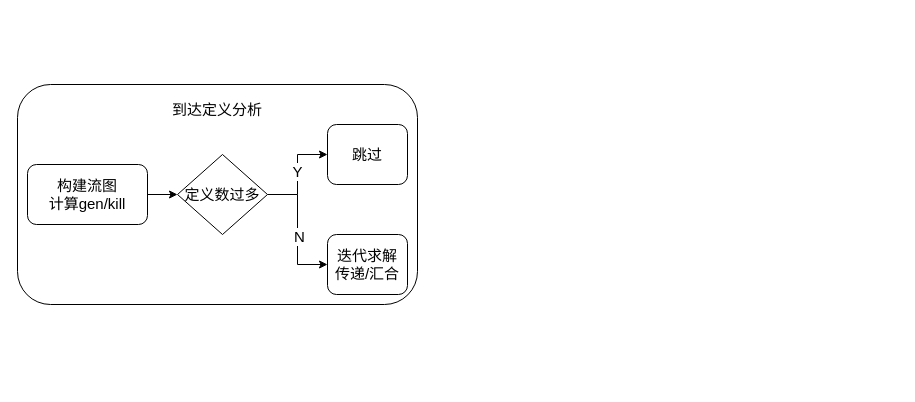
Above: MindMap/joern-reachingdef.drawio in hourhl/Draw-io (draw.io), before the change. Source tidied: cells renumbered, new cells numbered last; positions are measured from the earlier drawing's top-left corner, leaving out a move shared by most shapes. Both pictures are drawn from the tidied source at 100%, with x=0, y=0 at pixel (17, 84).
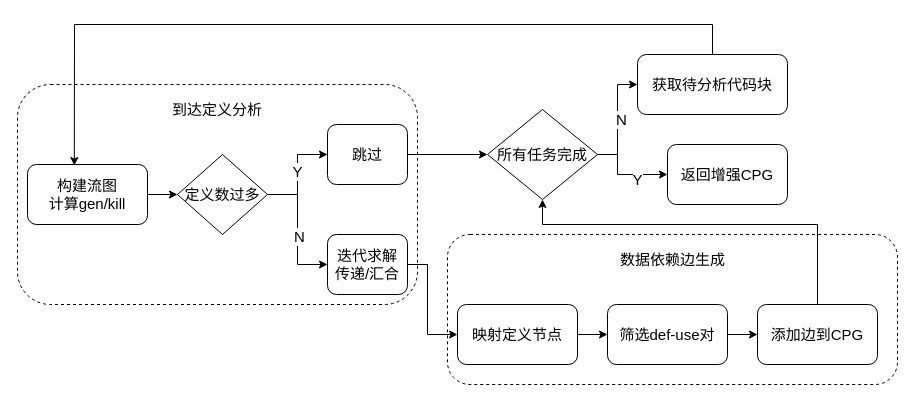
The same diagram, later.

The change refers to these unchanged cells:
```xml
<mxCell id="3" value="&lt;font style=&quot;font-size: 15px;&quot;&gt;构建流图&lt;/font&gt;&lt;div&gt;&lt;font style=&quot;font-size: 15px;&quot;&gt;计算gen/kill&lt;/font&gt;&lt;/div&gt;" style="rounded=1;whiteSpace=wrap;html=1;" parent="1" vertex="1">
  <mxGeometry x="10" y="80" width="120" height="60" as="geometry" />
</mxCell>
<mxCell id="6" value="&lt;font style=&quot;font-size: 15px;&quot;&gt;跳过&lt;/font&gt;" style="rounded=1;whiteSpace=wrap;html=1;" parent="1" vertex="1">
  <mxGeometry x="310" y="40" width="80" height="60" as="geometry" />
</mxCell>
<mxCell id="7" value="&lt;font style=&quot;font-size: 15px;&quot;&gt;迭代求解&lt;/font&gt;&lt;div&gt;&lt;font style=&quot;font-size: 15px;&quot;&gt;传递/汇合&lt;/font&gt;&lt;/div&gt;" style="rounded=1;whiteSpace=wrap;html=1;" parent="1" vertex="1">
  <mxGeometry x="310" y="150" width="80" height="60" as="geometry" />
</mxCell>
```

Change to the diagram source:
```diff
@@
-    <mxCell id="2" style="rounded=1;whiteSpace=wrap;html=1;" parent="1" vertex="1">
+    <mxCell id="2" style="rounded=1;whiteSpace=wrap;html=1;dashed=1;" parent="1" vertex="1">
       <mxGeometry width="400" height="220" as="geometry" />
     </mxCell>
@@
+    <mxCell id="13" value="&lt;font style=&quot;font-size: 15px;&quot;&gt;所有任务完成&lt;/font&gt;" style="rhombus;whiteSpace=wrap;html=1;" parent="1" vertex="1">
+      <mxGeometry x="470" y="25" width="110" height="90" as="geometry" />
+    </mxCell>
+    <mxCell id="14" value="&lt;font style=&quot;font-size: 15px;&quot;&gt;获取待分析代码块&lt;/font&gt;" style="rounded=1;whiteSpace=wrap;html=1;" parent="1" vertex="1">
+      <mxGeometry x="620" y="-30" width="150" height="60" as="geometry" />
+    </mxCell>
+    <mxCell id="15" style="endArrow=classic;html=1;rounded=0;exitX=1;exitY=0.5;exitDx=0;exitDy=0;entryX=0;entryY=0.5;entryDx=0;entryDy=0;" parent="1" edge="1" source="13" target="14">
+      <mxGeometry relative="1" as="geometry">
+        <Array as="points">
+          <mxPoint x="600" y="70" />
+          <mxPoint x="600" />
+        </Array>
+      </mxGeometry>
+    </mxCell>
+    <mxCell id="16" value="&lt;font style=&quot;font-size: 15px;&quot;&gt;N&lt;/font&gt;" style="edgeLabel;html=1;align=center;verticalAlign=middle;" parent="15" vertex="1">
+      <mxGeometry x="0.02" y="-3" relative="1" as="geometry" />
+    </mxCell>
+    <mxCell id="17" style="endArrow=classic;html=1;rounded=0;exitX=1;exitY=0.5;exitDx=0;exitDy=0;entryX=0;entryY=0.5;entryDx=0;entryDy=0;" parent="1" edge="1" source="6" target="13">
+      <mxGeometry relative="1" as="geometry" />
+    </mxCell>
+    <mxCell id="18" value="&lt;font style=&quot;font-size: 15px;&quot;&gt;返回增强CPG&lt;/font&gt;" style="rounded=1;whiteSpace=wrap;html=1;" parent="1" vertex="1">
+      <mxGeometry x="650" y="60" width="120" height="60" as="geometry" />
+    </mxCell>
+    <mxCell id="19" style="endArrow=classic;html=1;rounded=0;entryX=0;entryY=0.5;entryDx=0;entryDy=0;" parent="1" edge="1" target="18">
+      <mxGeometry relative="1" as="geometry">
+        <mxPoint x="600" y="70" as="sourcePoint" />
+        <Array as="points">
+          <mxPoint x="600" y="90" />
+        </Array>
+      </mxGeometry>
+    </mxCell>
+    <mxCell id="20" value="&lt;font style=&quot;font-size: 15px;&quot;&gt;Y&lt;/font&gt;" style="edgeLabel;html=1;align=center;verticalAlign=middle;" parent="19" vertex="1">
+      <mxGeometry x="0.11" y="-4" relative="1" as="geometry" />
+    </mxCell>
+    <mxCell id="21" style="endArrow=classic;html=1;rounded=0;exitX=0.5;exitY=0;exitDx=0;exitDy=0;entryX=0.39;entryY=0.017;entryDx=0;entryDy=0;entryPerimeter=0;" parent="1" edge="1" source="14" target="3">
+      <mxGeometry relative="1" as="geometry">
+        <Array as="points">
+          <mxPoint x="695" y="-60" />
+          <mxPoint x="57" y="-60" />
+        </Array>
+      </mxGeometry>
+    </mxCell>
+    <mxCell id="22" style="rounded=1;whiteSpace=wrap;html=1;dashed=1;" parent="1" vertex="1">
+      <mxGeometry x="430" y="150" width="450" height="150" as="geometry" />
+    </mxCell>
+    <mxCell id="23" value="&lt;font style=&quot;font-size: 15px;&quot;&gt;数据依赖边生成&lt;/font&gt;" style="text;html=1;whiteSpace=wrap;strokeColor=none;fillColor=none;align=center;verticalAlign=middle;rounded=0;" parent="1" vertex="1">
+      <mxGeometry x="572.5" y="160" width="165" height="30" as="geometry" />
+    </mxCell>
+    <mxCell id="24" value="&lt;font style=&quot;font-size: 15px;&quot;&gt;映射定义节点&lt;/font&gt;" style="rounded=1;whiteSpace=wrap;html=1;" parent="1" vertex="1">
+      <mxGeometry x="440" y="220" width="120" height="60" as="geometry" />
+    </mxCell>
+    <mxCell id="25" value="&lt;font style=&quot;font-size: 15px;&quot;&gt;筛选def-use对&lt;/font&gt;" style="rounded=1;whiteSpace=wrap;html=1;" parent="1" vertex="1">
+      <mxGeometry x="590" y="220" width="120" height="60" as="geometry" />
+    </mxCell>
+    <mxCell id="26" style="endArrow=classic;html=1;rounded=0;exitX=1;exitY=0.5;exitDx=0;exitDy=0;entryX=0;entryY=0.5;entryDx=0;entryDy=0;" parent="1" edge="1" source="7" target="24">
+      <mxGeometry relative="1" as="geometry">
+        <Array as="points">
+          <mxPoint x="410" y="180" />
+          <mxPoint x="410" y="250" />
+        </Array>
+      </mxGeometry>
+    </mxCell>
+    <mxCell id="27" style="endArrow=classic;html=1;rounded=0;exitX=1;exitY=0.5;exitDx=0;exitDy=0;" parent="1" edge="1" source="24" target="25">
+      <mxGeometry relative="1" as="geometry" />
+    </mxCell>
+    <mxCell id="28" value="&lt;font style=&quot;font-size: 15px;&quot;&gt;添加边到CPG&lt;/font&gt;" style="rounded=1;whiteSpace=wrap;html=1;" parent="1" vertex="1">
+      <mxGeometry x="740" y="220" width="120" height="60" as="geometry" />
+    </mxCell>
+    <mxCell id="29" style="endArrow=classic;html=1;rounded=0;exitX=1;exitY=0.5;exitDx=0;exitDy=0;entryX=0;entryY=0.5;entryDx=0;entryDy=0;" parent="1" edge="1" source="25" target="28">
+      <mxGeometry relative="1" as="geometry" />
+    </mxCell>
+    <mxCell id="30" style="endArrow=classic;html=1;rounded=0;exitX=0.5;exitY=0;exitDx=0;exitDy=0;entryX=0.5;entryY=1;entryDx=0;entryDy=0;" parent="1" edge="1" source="28" target="13">
+      <mxGeometry relative="1" as="geometry">
+        <Array as="points">
+          <mxPoint x="800" y="140" />
+          <mxPoint x="525" y="140" />
+        </Array>
+      </mxGeometry>
+    </mxCell>
```
